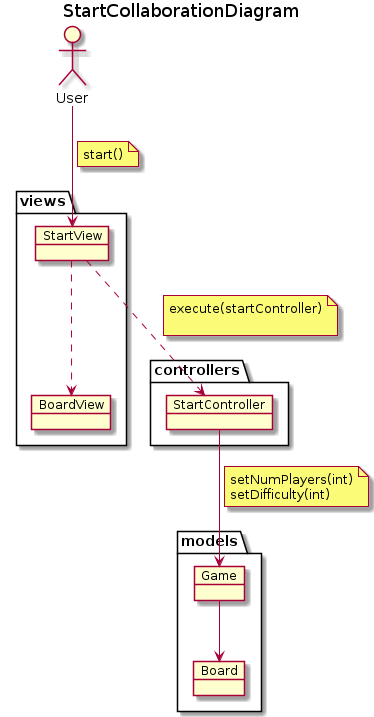
The PlantUML diagram docs/output/analysis/use-cases/StartCollaborationDiagram.png in Master-Desarrollo-20-21/patrones-diseno---practica-final---juego-de-las-damas-fraylopez, before a commit.
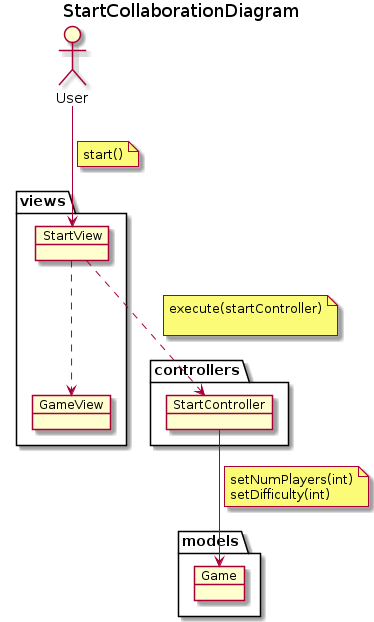
After the commit.

Diff of the diagram source:
```diff
@@ -14,28 +14,23 @@
 
 package models  {
 
-    object  Board{
-
-    }
-
     object Game{
 
     }
 
-    Game --> Board
 
 }
 
 
 package views {
-    object BoardView{
-
-    }
 
     object StartView{
 
     }
 
+    object GameView{
+
+    }
 
 }
 
@@ -44,7 +39,7 @@
     start()
 end note
 
-StartView ..> BoardView
+StartView ..> GameView
 
 StartView ..> StartController
 note on link
```
